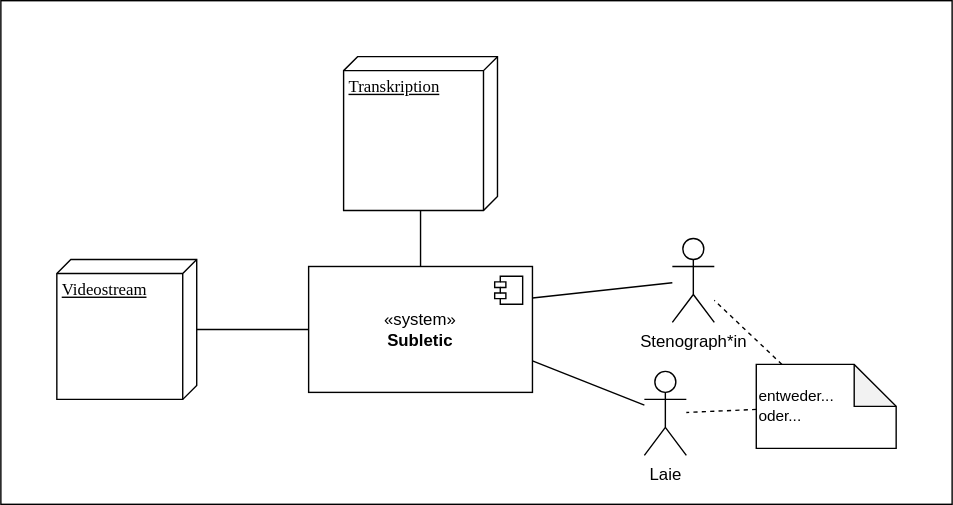
Subletic/Documentation keeps this draw.io diagram as TechnicalDocumentation/arc42/img/FachlicherKontext.drawio.svg. Above is the earlier version. Source tidied: cells renumbered, new cells last; positions are measured from the earlier drawing's top-left corner, leaving out a move shared by most shapes.
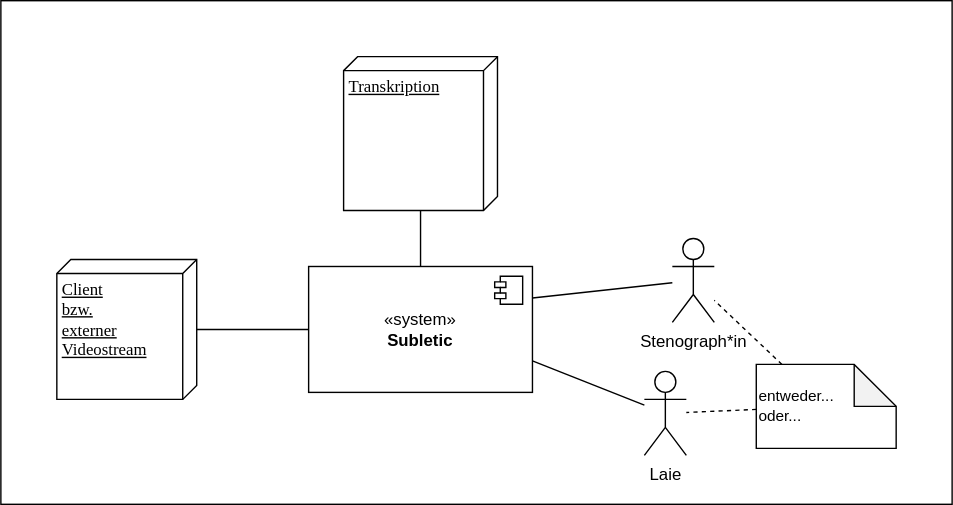
The same file after the commit.

Commit message:
#138 docs: chapter 5 diagrams

Diff of the diagram source:
```diff
@@ -8,7 +8,7 @@
     <mxCell id="3" style="jettySize=auto;html=1;entryX=0;entryY=0.5;entryDx=0;entryDy=0;rounded=0;endArrow=none;endFill=0;" parent="1" edge="1" source="4" target="5">
       <mxGeometry relative="1" as="geometry" />
     </mxCell>
-    <mxCell id="4" value="&lt;div&gt;Videostream&lt;/div&gt;" style="verticalAlign=top;align=left;spacingTop=8;spacingLeft=2;spacingRight=12;shape=cube;size=10;direction=south;fontStyle=4;html=1;rounded=0;shadow=0;comic=0;labelBackgroundColor=none;strokeWidth=1;fontFamily=Verdana;fontSize=12;" parent="1" vertex="1">
+    <mxCell id="4" value="&lt;div&gt;Client&lt;/div&gt;&lt;div&gt;bzw.&lt;/div&gt;&lt;div&gt;externer&lt;/div&gt;&lt;div&gt;Videostream&lt;/div&gt;" style="verticalAlign=top;align=left;spacingTop=8;spacingLeft=2;spacingRight=12;shape=cube;size=10;direction=south;fontStyle=4;html=1;rounded=0;shadow=0;comic=0;labelBackgroundColor=none;strokeWidth=1;fontFamily=Verdana;fontSize=12;" parent="1" vertex="1">
       <mxGeometry x="40" y="185" width="100" height="100" as="geometry" />
     </mxCell>
     <mxCell id="5" value="«system»&lt;br&gt;&lt;b&gt;Subletic&lt;/b&gt;" style="html=1;whiteSpace=wrap;" parent="1" vertex="1">
```
